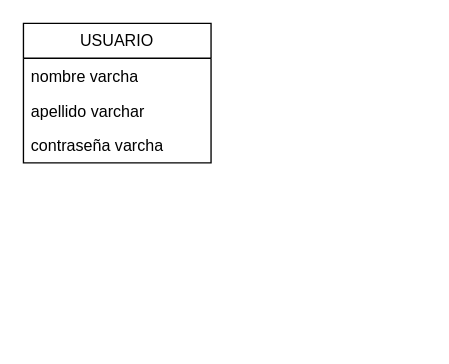
Before: Diagrama sin título.drawio in monchistrolis/P1, a draw.io diagram. Source tidied: cells renumbered, new cells numbered last; positions are measured from the earlier drawing's top-left corner, leaving out a move shared by most shapes. Both pictures are drawn from the tidied source at 134%, with x=0, y=0 at pixel (23, 23).
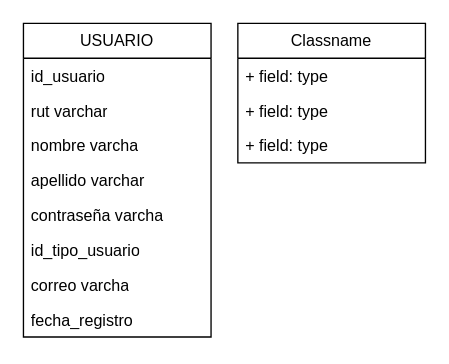
The same page after the edit.

The edit, as a diff of the source:
```diff
@@
 <mxGraphModel>
   <root>
     <mxCell id="0" />
     <mxCell id="1" parent="0" />
     <mxCell id="2" value="USUARIO" style="swimlane;fontStyle=0;horizontal=1;startSize=26;fillColor=none;whiteSpace=wrap;html=1;" parent="1" vertex="1">
-      <mxGeometry width="140" height="104" as="geometry" />
+      <mxGeometry width="140" height="234" as="geometry" />
     </mxCell>
+    <mxCell id="6" value="id_usuario" style="text;strokeColor=none;fillColor=none;align=left;verticalAlign=top;spacingLeft=4;spacingRight=4;overflow=hidden;whiteSpace=wrap;html=1;" parent="2" vertex="1">
+      <mxGeometry y="26" width="140" height="26" as="geometry" />
+    </mxCell>
+    <mxCell id="7" value="rut varchar" style="text;strokeColor=none;fillColor=none;align=left;verticalAlign=top;spacingLeft=4;spacingRight=4;overflow=hidden;whiteSpace=wrap;html=1;" parent="2" vertex="1">
+      <mxGeometry y="52" width="140" height="26" as="geometry" />
+    </mxCell>
     <mxCell id="3" value="nombre varcha" style="text;strokeColor=none;fillColor=none;align=left;verticalAlign=top;spacingLeft=4;spacingRight=4;overflow=hidden;whiteSpace=wrap;html=1;" parent="2" vertex="1">
-      <mxGeometry y="26" width="140" height="26" as="geometry" />
+      <mxGeometry y="78" width="140" height="26" as="geometry" />
     </mxCell>
     <mxCell id="4" value="apellido varchar" style="text;strokeColor=none;fillColor=none;align=left;verticalAlign=top;spacingLeft=4;spacingRight=4;overflow=hidden;whiteSpace=wrap;html=1;" parent="2" vertex="1">
-      <mxGeometry y="52" width="140" height="26" as="geometry" />
+      <mxGeometry y="104" width="140" height="26" as="geometry" />
     </mxCell>
     <mxCell id="5" value="contraseña varcha&lt;div&gt;&lt;span style=&quot;white-space: pre;&quot;&gt;&#9;&lt;/span&gt;&lt;span style=&quot;white-space: pre;&quot;&gt;&#9;&lt;/span&gt;&lt;br&gt;&lt;/div&gt;" style="text;strokeColor=none;fillColor=none;align=left;verticalAlign=top;spacingLeft=4;spacingRight=4;overflow=hidden;whiteSpace=wrap;html=1;" parent="2" vertex="1">
-      <mxGeometry y="78" width="140" height="26" as="geometry" />
+      <mxGeometry y="130" width="140" height="26" as="geometry" />
     </mxCell>
+    <mxCell id="8" value="id_tipo_usuario" style="text;strokeColor=none;fillColor=none;align=left;verticalAlign=top;spacingLeft=4;spacingRight=4;overflow=hidden;whiteSpace=wrap;html=1;" parent="2" vertex="1">
+      <mxGeometry y="156" width="140" height="26" as="geometry" />
+    </mxCell>
+    <mxCell id="9" value="correo varcha&lt;div&gt;&lt;br&gt;&lt;/div&gt;" style="text;strokeColor=none;fillColor=none;align=left;verticalAlign=top;spacingLeft=4;spacingRight=4;overflow=hidden;whiteSpace=wrap;html=1;" parent="2" vertex="1">
+      <mxGeometry y="182" width="140" height="26" as="geometry" />
+    </mxCell>
+    <mxCell id="10" value="fecha_registro" style="text;strokeColor=none;fillColor=none;align=left;verticalAlign=top;spacingLeft=4;spacingRight=4;overflow=hidden;whiteSpace=wrap;html=1;" parent="2" vertex="1">
+      <mxGeometry y="208" width="140" height="26" as="geometry" />
+    </mxCell>
+    <mxCell id="11" value="Classname" style="swimlane;fontStyle=0;horizontal=1;startSize=26;fillColor=none;whiteSpace=wrap;html=1;" parent="1" vertex="1">
+      <mxGeometry x="160" width="140" height="104" as="geometry" />
+    </mxCell>
+    <mxCell id="12" value="+ field: type" style="text;strokeColor=none;fillColor=none;align=left;verticalAlign=top;spacingLeft=4;spacingRight=4;overflow=hidden;whiteSpace=wrap;html=1;" parent="11" vertex="1">
+      <mxGeometry y="26" width="140" height="26" as="geometry" />
+    </mxCell>
+    <mxCell id="13" value="+ field: type" style="text;strokeColor=none;fillColor=none;align=left;verticalAlign=top;spacingLeft=4;spacingRight=4;overflow=hidden;whiteSpace=wrap;html=1;" parent="11" vertex="1">
+      <mxGeometry y="52" width="140" height="26" as="geometry" />
+    </mxCell>
+    <mxCell id="14" value="+ field: type" style="text;strokeColor=none;fillColor=none;align=left;verticalAlign=top;spacingLeft=4;spacingRight=4;overflow=hidden;whiteSpace=wrap;html=1;" parent="11" vertex="1">
+      <mxGeometry y="78" width="140" height="26" as="geometry" />
+    </mxCell>
   </root>
 </mxGraphModel>
```
